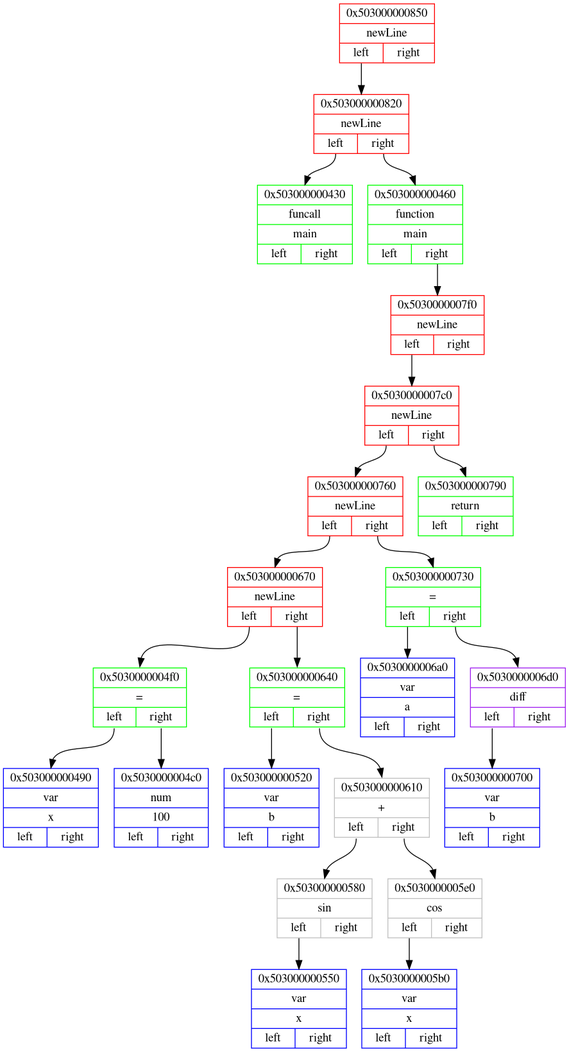
Before: png_files/frontenedDotFile.dot.png, a diagram exported from Graphviz (Matvey787/myProgLanguage). Its source is kept beside it as dot_files/frontenedDotFile.dot.
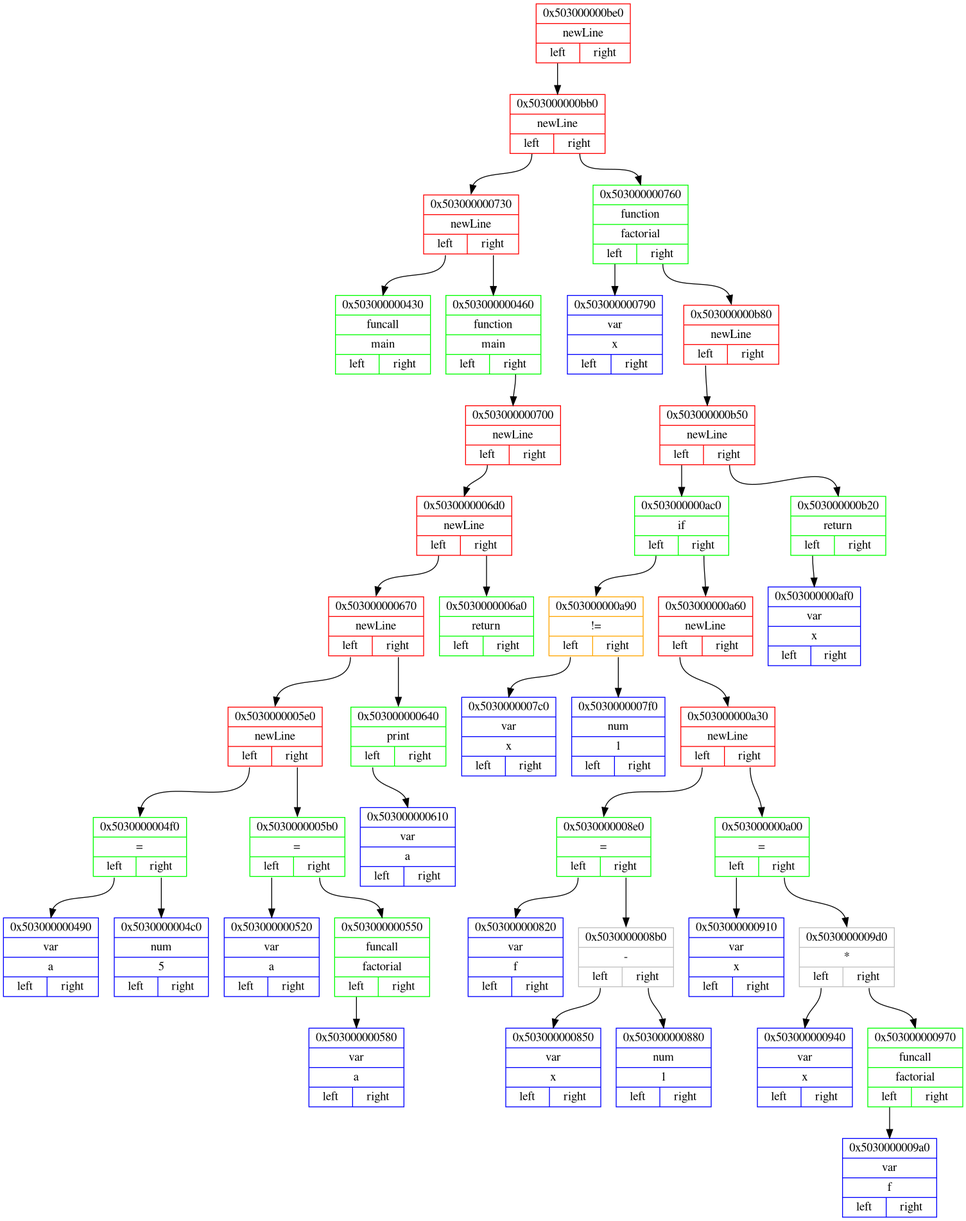
Above is the later version.

The edit, as a diff of the source:
```diff
@@ -2,49 +2,87 @@
 {
 rankdir=HR;
 
-node0x503000000850 [ shape=record, color = red rank = 1, label= "{ 0x503000000850 | newLine |         {<n0x503000000850_l> left | <n0x503000000850_r> right}} " ];
-node0x503000000820 [ shape=record, color = red rank = 2, label= "{ 0x503000000820 | newLine |         {<n0x503000000820_l> left | <n0x503000000820_r> right}} " ];
-node0x503000000430 [ shape=record, color = green rank = 3, label= "{ 0x503000000430 | funcall | main |         {<n0x503000000430_l> left | <n0x503000000430_r> right}} " ];
-node0x503000000820:<n0x503000000820_l>:s -> node0x503000000430:n [ color = black; ]
-node0x503000000460 [ shape=record, color = green rank = 4, label= "{ 0x503000000460 | function | main |         {<n0x503000000460_l> left | <n0x503000000460_r> right}} " ];
-node0x5030000007f0 [ shape=record, color = red rank = 5, label= "{ 0x5030000007f0 | newLine |         {<n0x5030000007f0_l> left | <n0x5030000007f0_r> right}} " ];
-node0x5030000007c0 [ shape=record, color = red rank = 6, label= "{ 0x5030000007c0 | newLine |         {<n0x5030000007c0_l> left | <n0x5030000007c0_r> right}} " ];
-node0x503000000760 [ shape=record, color = red rank = 7, label= "{ 0x503000000760 | newLine |         {<n0x503000000760_l> left | <n0x503000000760_r> right}} " ];
+node0x503000000be0 [ shape=record, color = red rank = 1, label= "{ 0x503000000be0 | newLine |         {<n0x503000000be0_l> left | <n0x503000000be0_r> right}} " ];
+node0x503000000bb0 [ shape=record, color = red rank = 2, label= "{ 0x503000000bb0 | newLine |         {<n0x503000000bb0_l> left | <n0x503000000bb0_r> right}} " ];
+node0x503000000730 [ shape=record, color = red rank = 3, label= "{ 0x503000000730 | newLine |         {<n0x503000000730_l> left | <n0x503000000730_r> right}} " ];
+node0x503000000430 [ shape=record, color = green rank = 4, label= "{ 0x503000000430 | funcall | main |         {<n0x503000000430_l> left | <n0x503000000430_r> right}} " ];
+node0x503000000730:<n0x503000000730_l>:s -> node0x503000000430:n [ color = black; ]
+node0x503000000460 [ shape=record, color = green rank = 5, label= "{ 0x503000000460 | function | main |         {<n0x503000000460_l> left | <n0x503000000460_r> right}} " ];
+node0x503000000700 [ shape=record, color = red rank = 6, label= "{ 0x503000000700 | newLine |         {<n0x503000000700_l> left | <n0x503000000700_r> right}} " ];
+node0x5030000006d0 [ shape=record, color = red rank = 7, label= "{ 0x5030000006d0 | newLine |         {<n0x5030000006d0_l> left | <n0x5030000006d0_r> right}} " ];
 node0x503000000670 [ shape=record, color = red rank = 8, label= "{ 0x503000000670 | newLine |         {<n0x503000000670_l> left | <n0x503000000670_r> right}} " ];
-node0x5030000004f0 [ shape=record, color = green rank = 9, label= "{ 0x5030000004f0 | = |         {<n0x5030000004f0_l> left | <n0x5030000004f0_r> right}} " ];
-node0x503000000490 [ shape=record, color = blue rank = 10, label= "{ 0x503000000490 | var | x |         {<n0x503000000490_l> left | <n0x503000000490_r> right}} " ];
+node0x5030000005e0 [ shape=record, color = red rank = 9, label= "{ 0x5030000005e0 | newLine |         {<n0x5030000005e0_l> left | <n0x5030000005e0_r> right}} " ];
+node0x5030000004f0 [ shape=record, color = green rank = 10, label= "{ 0x5030000004f0 | = |         {<n0x5030000004f0_l> left | <n0x5030000004f0_r> right}} " ];
+node0x503000000490 [ shape=record, color = blue rank = 11, label= "{ 0x503000000490 | var | a |         {<n0x503000000490_l> left | <n0x503000000490_r> right}} " ];
 node0x5030000004f0:<n0x5030000004f0_l>:s -> node0x503000000490:n [ color = black; ]
-node0x5030000004c0 [ shape=record, color = blue rank = 11, label= "{ 0x5030000004c0 | num | 100 |         {<n0x5030000004c0_l> left | <n0x5030000004c0_r> right}} " ];
+node0x5030000004c0 [ shape=record, color = blue rank = 12, label= "{ 0x5030000004c0 | num | 5 |         {<n0x5030000004c0_l> left | <n0x5030000004c0_r> right}} " ];
 node0x5030000004f0:<n0x5030000004f0_r>:s -> node0x5030000004c0:n [ color = black; ]
-node0x503000000670:<n0x503000000670_l>:s -> node0x5030000004f0:n [ color = black; ]
-node0x503000000640 [ shape=record, color = green rank = 10, label= "{ 0x503000000640 | = |         {<n0x503000000640_l> left | <n0x503000000640_r> right}} " ];
-node0x503000000520 [ shape=record, color = blue rank = 11, label= "{ 0x503000000520 | var | b |         {<n0x503000000520_l> left | <n0x503000000520_r> right}} " ];
-node0x503000000640:<n0x503000000640_l>:s -> node0x503000000520:n [ color = black; ]
-node0x503000000610 [ shape=record, color = grey rank = 12, label= "{ 0x503000000610 | + |         {<n0x503000000610_l> left | <n0x503000000610_r> right}} " ];
-node0x503000000580 [ shape=record, color = grey rank = 13, label= "{ 0x503000000580 | sin |         {<n0x503000000580_l> left | <n0x503000000580_r> right}} " ];
-node0x503000000550 [ shape=record, color = blue rank = 14, label= "{ 0x503000000550 | var | x |         {<n0x503000000550_l> left | <n0x503000000550_r> right}} " ];
-node0x503000000580:<n0x503000000580_l>:s -> node0x503000000550:n [ color = black; ]
-node0x503000000610:<n0x503000000610_l>:s -> node0x503000000580:n [ color = black; ]
-node0x5030000005e0 [ shape=record, color = grey rank = 14, label= "{ 0x5030000005e0 | cos |         {<n0x5030000005e0_l> left | <n0x5030000005e0_r> right}} " ];
-node0x5030000005b0 [ shape=record, color = blue rank = 15, label= "{ 0x5030000005b0 | var | x |         {<n0x5030000005b0_l> left | <n0x5030000005b0_r> right}} " ];
-node0x5030000005e0:<n0x5030000005e0_l>:s -> node0x5030000005b0:n [ color = black; ]
-node0x503000000610:<n0x503000000610_r>:s -> node0x5030000005e0:n [ color = black; ]
-node0x503000000640:<n0x503000000640_r>:s -> node0x503000000610:n [ color = black; ]
+node0x5030000005e0:<n0x5030000005e0_l>:s -> node0x5030000004f0:n [ color = black; ]
+node0x5030000005b0 [ shape=record, color = green rank = 11, label= "{ 0x5030000005b0 | = |         {<n0x5030000005b0_l> left | <n0x5030000005b0_r> right}} " ];
+node0x503000000520 [ shape=record, color = blue rank = 12, label= "{ 0x503000000520 | var | a |         {<n0x503000000520_l> left | <n0x503000000520_r> right}} " ];
+node0x5030000005b0:<n0x5030000005b0_l>:s -> node0x503000000520:n [ color = black; ]
+node0x503000000550 [ shape=record, color = green rank = 13, label= "{ 0x503000000550 | funcall | factorial |         {<n0x503000000550_l> left | <n0x503000000550_r> right}} " ];
+node0x503000000580 [ shape=record, color = blue rank = 14, label= "{ 0x503000000580 | var | a |         {<n0x503000000580_l> left | <n0x503000000580_r> right}} " ];
+node0x503000000550:<n0x503000000550_l>:s -> node0x503000000580:n [ color = black; ]
+node0x5030000005b0:<n0x5030000005b0_r>:s -> node0x503000000550:n [ color = black; ]
+node0x5030000005e0:<n0x5030000005e0_r>:s -> node0x5030000005b0:n [ color = black; ]
+node0x503000000670:<n0x503000000670_l>:s -> node0x5030000005e0:n [ color = black; ]
+node0x503000000640 [ shape=record, color = green rank = 10, label= "{ 0x503000000640 | print |         {<n0x503000000640_l> left | <n0x503000000640_r> right}} " ];
+node0x503000000610 [ shape=record, color = blue rank = 11, label= "{ 0x503000000610 | var | a |         {<n0x503000000610_l> left | <n0x503000000610_r> right}} " ];
+node0x503000000640:<n0x503000000640_l>:s -> node0x503000000610:n [ color = black; ]
 node0x503000000670:<n0x503000000670_r>:s -> node0x503000000640:n [ color = black; ]
-node0x503000000760:<n0x503000000760_l>:s -> node0x503000000670:n [ color = black; ]
-node0x503000000730 [ shape=record, color = green rank = 9, label= "{ 0x503000000730 | = |         {<n0x503000000730_l> left | <n0x503000000730_r> right}} " ];
-node0x5030000006a0 [ shape=record, color = blue rank = 10, label= "{ 0x5030000006a0 | var | a |         {<n0x5030000006a0_l> left | <n0x5030000006a0_r> right}} " ];
-node0x503000000730:<n0x503000000730_l>:s -> node0x5030000006a0:n [ color = black; ]
-node0x5030000006d0 [ shape=record, color = purple rank = 11, label= "{ 0x5030000006d0 | diff |         {<n0x5030000006d0_l> left | <n0x5030000006d0_r> right}} " ];
-node0x503000000700 [ shape=record, color = blue rank = 12, label= "{ 0x503000000700 | var | b |         {<n0x503000000700_l> left | <n0x503000000700_r> right}} " ];
-node0x5030000006d0:<n0x5030000006d0_l>:s -> node0x503000000700:n [ color = black; ]
-node0x503000000730:<n0x503000000730_r>:s -> node0x5030000006d0:n [ color = black; ]
-node0x503000000760:<n0x503000000760_r>:s -> node0x503000000730:n [ color = black; ]
-node0x5030000007c0:<n0x5030000007c0_l>:s -> node0x503000000760:n [ color = black; ]
-node0x503000000790 [ shape=record, color = green rank = 8, label= "{ 0x503000000790 | return |         {<n0x503000000790_l> left | <n0x503000000790_r> right}} " ];
-node0x5030000007c0:<n0x5030000007c0_r>:s -> node0x503000000790:n [ color = black; ]
-node0x5030000007f0:<n0x5030000007f0_l>:s -> node0x5030000007c0:n [ color = black; ]
-node0x503000000460:<n0x503000000460_r>:s -> node0x5030000007f0:n [ color = black; ]
-node0x503000000820:<n0x503000000820_r>:s -> node0x503000000460:n [ color = black; ]
-node0x503000000850:<n0x503000000850_l>:s -> node0x503000000820:n [ color = black; ]
+node0x5030000006d0:<n0x5030000006d0_l>:s -> node0x503000000670:n [ color = black; ]
+node0x5030000006a0 [ shape=record, color = green rank = 9, label= "{ 0x5030000006a0 | return |         {<n0x5030000006a0_l> left | <n0x5030000006a0_r> right}} " ];
+node0x5030000006d0:<n0x5030000006d0_r>:s -> node0x5030000006a0:n [ color = black; ]
+node0x503000000700:<n0x503000000700_l>:s -> node0x5030000006d0:n [ color = black; ]
+node0x503000000460:<n0x503000000460_r>:s -> node0x503000000700:n [ color = black; ]
+node0x503000000730:<n0x503000000730_r>:s -> node0x503000000460:n [ color = black; ]
+node0x503000000bb0:<n0x503000000bb0_l>:s -> node0x503000000730:n [ color = black; ]
+node0x503000000760 [ shape=record, color = green rank = 4, label= "{ 0x503000000760 | function | factorial |         {<n0x503000000760_l> left | <n0x503000000760_r> right}} " ];
+node0x503000000790 [ shape=record, color = blue rank = 5, label= "{ 0x503000000790 | var | x |         {<n0x503000000790_l> left | <n0x503000000790_r> right}} " ];
+node0x503000000760:<n0x503000000760_l>:s -> node0x503000000790:n [ color = black; ]
+node0x503000000b80 [ shape=record, color = red rank = 6, label= "{ 0x503000000b80 | newLine |         {<n0x503000000b80_l> left | <n0x503000000b80_r> right}} " ];
+node0x503000000b50 [ shape=record, color = red rank = 7, label= "{ 0x503000000b50 | newLine |         {<n0x503000000b50_l> left | <n0x503000000b50_r> right}} " ];
+node0x503000000ac0 [ shape=record, color = green rank = 8, label= "{ 0x503000000ac0 | if |         {<n0x503000000ac0_l> left | <n0x503000000ac0_r> right}} " ];
+node0x503000000a90 [ shape=record, color = orange rank = 9, label= "{ 0x503000000a90 | != |         {<n0x503000000a90_l> left | <n0x503000000a90_r> right}} " ];
+node0x5030000007c0 [ shape=record, color = blue rank = 10, label= "{ 0x5030000007c0 | var | x |         {<n0x5030000007c0_l> left | <n0x5030000007c0_r> right}} " ];
+node0x503000000a90:<n0x503000000a90_l>:s -> node0x5030000007c0:n [ color = black; ]
+node0x5030000007f0 [ shape=record, color = blue rank = 11, label= "{ 0x5030000007f0 | num | 1 |         {<n0x5030000007f0_l> left | <n0x5030000007f0_r> right}} " ];
+node0x503000000a90:<n0x503000000a90_r>:s -> node0x5030000007f0:n [ color = black; ]
+node0x503000000ac0:<n0x503000000ac0_l>:s -> node0x503000000a90:n [ color = black; ]
+node0x503000000a60 [ shape=record, color = red rank = 10, label= "{ 0x503000000a60 | newLine |         {<n0x503000000a60_l> left | <n0x503000000a60_r> right}} " ];
+node0x503000000a30 [ shape=record, color = red rank = 11, label= "{ 0x503000000a30 | newLine |         {<n0x503000000a30_l> left | <n0x503000000a30_r> right}} " ];
+node0x5030000008e0 [ shape=record, color = green rank = 12, label= "{ 0x5030000008e0 | = |         {<n0x5030000008e0_l> left | <n0x5030000008e0_r> right}} " ];
+node0x503000000820 [ shape=record, color = blue rank = 13, label= "{ 0x503000000820 | var | f |         {<n0x503000000820_l> left | <n0x503000000820_r> right}} " ];
+node0x5030000008e0:<n0x5030000008e0_l>:s -> node0x503000000820:n [ color = black; ]
+node0x5030000008b0 [ shape=record, color = grey rank = 14, label= "{ 0x5030000008b0 | - |         {<n0x5030000008b0_l> left | <n0x5030000008b0_r> right}} " ];
+node0x503000000850 [ shape=record, color = blue rank = 15, label= "{ 0x503000000850 | var | x |         {<n0x503000000850_l> left | <n0x503000000850_r> right}} " ];
+node0x5030000008b0:<n0x5030000008b0_l>:s -> node0x503000000850:n [ color = black; ]
+node0x503000000880 [ shape=record, color = blue rank = 16, label= "{ 0x503000000880 | num | 1 |         {<n0x503000000880_l> left | <n0x503000000880_r> right}} " ];
+node0x5030000008b0:<n0x5030000008b0_r>:s -> node0x503000000880:n [ color = black; ]
+node0x5030000008e0:<n0x5030000008e0_r>:s -> node0x5030000008b0:n [ color = black; ]
+node0x503000000a30:<n0x503000000a30_l>:s -> node0x5030000008e0:n [ color = black; ]
+node0x503000000a00 [ shape=record, color = green rank = 13, label= "{ 0x503000000a00 | = |         {<n0x503000000a00_l> left | <n0x503000000a00_r> right}} " ];
+node0x503000000910 [ shape=record, color = blue rank = 14, label= "{ 0x503000000910 | var | x |         {<n0x503000000910_l> left | <n0x503000000910_r> right}} " ];
+node0x503000000a00:<n0x503000000a00_l>:s -> node0x503000000910:n [ color = black; ]
+node0x5030000009d0 [ shape=record, color = grey rank = 15, label= "{ 0x5030000009d0 | * |         {<n0x5030000009d0_l> left | <n0x5030000009d0_r> right}} " ];
+node0x503000000940 [ shape=record, color = blue rank = 16, label= "{ 0x503000000940 | var | x |         {<n0x503000000940_l> left | <n0x503000000940_r> right}} " ];
+node0x5030000009d0:<n0x5030000009d0_l>:s -> node0x503000000940:n [ color = black; ]
+node0x503000000970 [ shape=record, color = green rank = 17, label= "{ 0x503000000970 | funcall | factorial |         {<n0x503000000970_l> left | <n0x503000000970_r> right}} " ];
+node0x5030000009a0 [ shape=record, color = blue rank = 18, label= "{ 0x5030000009a0 | var | f |         {<n0x5030000009a0_l> left | <n0x5030000009a0_r> right}} " ];
+node0x503000000970:<n0x503000000970_l>:s -> node0x5030000009a0:n [ color = black; ]
+node0x5030000009d0:<n0x5030000009d0_r>:s -> node0x503000000970:n [ color = black; ]
+node0x503000000a00:<n0x503000000a00_r>:s -> node0x5030000009d0:n [ color = black; ]
+node0x503000000a30:<n0x503000000a30_r>:s -> node0x503000000a00:n [ color = black; ]
+node0x503000000a60:<n0x503000000a60_l>:s -> node0x503000000a30:n [ color = black; ]
+node0x503000000ac0:<n0x503000000ac0_r>:s -> node0x503000000a60:n [ color = black; ]
+node0x503000000b50:<n0x503000000b50_l>:s -> node0x503000000ac0:n [ color = black; ]
+node0x503000000b20 [ shape=record, color = green rank = 9, label= "{ 0x503000000b20 | return |         {<n0x503000000b20_l> left | <n0x503000000b20_r> right}} " ];
+node0x503000000af0 [ shape=record, color = blue rank = 10, label= "{ 0x503000000af0 | var | x |         {<n0x503000000af0_l> left | <n0x503000000af0_r> right}} " ];
+node0x503000000b20:<n0x503000000b20_l>:s -> node0x503000000af0:n [ color = black; ]
+node0x503000000b50:<n0x503000000b50_r>:s -> node0x503000000b20:n [ color = black; ]
+node0x503000000b80:<n0x503000000b80_l>:s -> node0x503000000b50:n [ color = black; ]
+node0x503000000760:<n0x503000000760_r>:s -> node0x503000000b80:n [ color = black; ]
+node0x503000000bb0:<n0x503000000bb0_r>:s -> node0x503000000760:n [ color = black; ]
+node0x503000000be0:<n0x503000000be0_l>:s -> node0x503000000bb0:n [ color = black; ]
 }
```
